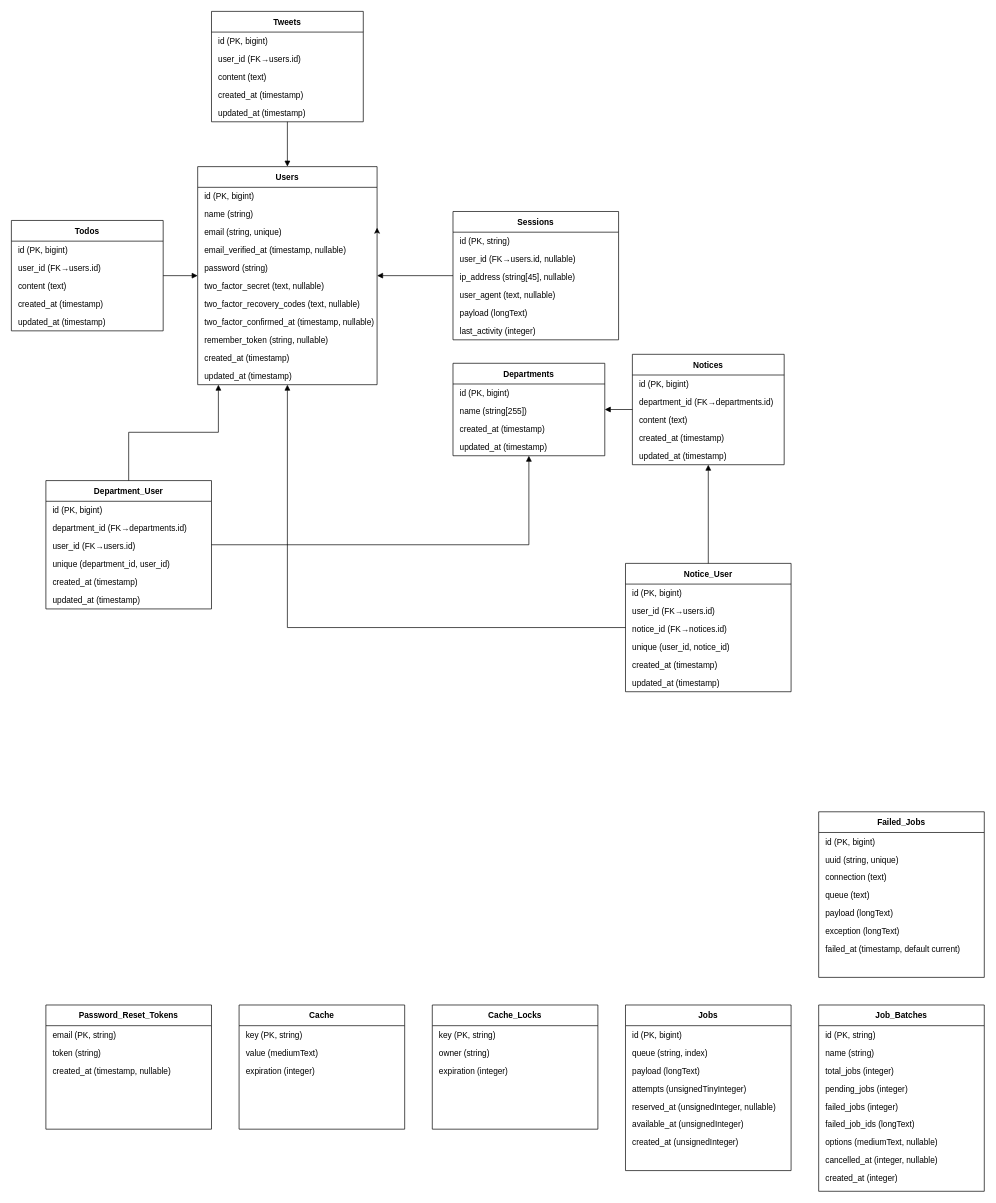
This is ER.drawio from kinotake/laravel12_templete-React-, a draw.io file, before an edit. Source tidied: cells renumbered, new cells numbered last; positions are measured from the earlier drawing's top-left corner, leaving out a move shared by most shapes. Both pictures are drawn from the tidied source at 69%, with x=0, y=0 at pixel (11, 11).
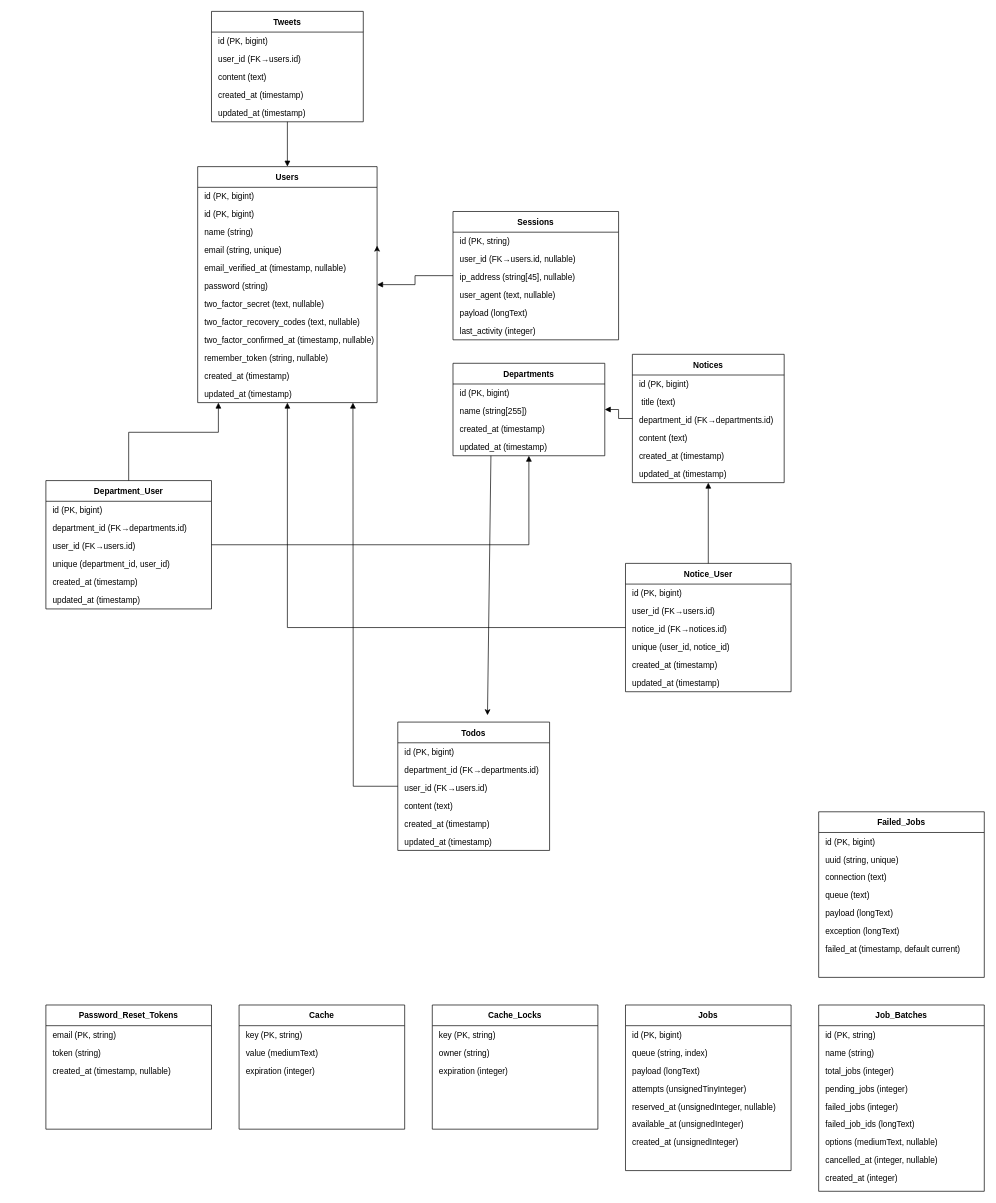
After the change.

Unchanged cells that the change refers to:
```xml
<mxCell id="19" value="updated_at (timestamp)" style="text;strokeColor=none;fillColor=none;align=left;verticalAlign=middle;spacingLeft=8;fontSize=12;" parent="15" vertex="1">
  <mxGeometry y="108" width="220" height="26" as="geometry" />
</mxCell>
```

What changed in the source:
```diff
@@
     <mxCell id="2" value="Users" style="shape=swimlane;fontStyle=1;horizontal=1;startSize=30;rounded=0;shadow=0;" parent="1" vertex="1">
-      <mxGeometry x="270" y="225" width="260" height="316" as="geometry" />
+      <mxGeometry x="270" y="225" width="260" height="342" as="geometry" />
     </mxCell>
@@
+    <mxCell id="105" value="id (PK, bigint)" style="text;strokeColor=none;fillColor=none;align=left;verticalAlign=middle;spacingLeft=8;fontSize=12;" parent="2" vertex="1">
+      <mxGeometry y="56" width="260" height="26" as="geometry" />
+    </mxCell>
     <mxCell id="4" value="name (string)" style="text;strokeColor=none;fillColor=none;align=left;verticalAlign=middle;spacingLeft=8;fontSize=12;" parent="2" vertex="1">
-      <mxGeometry y="56" width="260" height="26" as="geometry" />
+      <mxGeometry y="82" width="260" height="26" as="geometry" />
     </mxCell>
     <mxCell id="5" value="email (string, unique)" style="text;strokeColor=none;fillColor=none;align=left;verticalAlign=middle;spacingLeft=8;fontSize=12;" parent="2" vertex="1">
-      <mxGeometry y="82" width="260" height="26" as="geometry" />
+      <mxGeometry y="108" width="260" height="26" as="geometry" />
     </mxCell>
     <mxCell id="6" value="email_verified_at (timestamp, nullable)" style="text;strokeColor=none;fillColor=none;align=left;verticalAlign=middle;spacingLeft=8;fontSize=12;" parent="2" vertex="1">
-      <mxGeometry y="108" width="260" height="26" as="geometry" />
+      <mxGeometry y="134" width="260" height="26" as="geometry" />
     </mxCell>
     <mxCell id="7" value="password (string)" style="text;strokeColor=none;fillColor=none;align=left;verticalAlign=middle;spacingLeft=8;fontSize=12;" parent="2" vertex="1">
-      <mxGeometry y="134" width="260" height="26" as="geometry" />
+      <mxGeometry y="160" width="260" height="26" as="geometry" />
     </mxCell>
     <mxCell id="8" value="two_factor_secret (text, nullable)" style="text;strokeColor=none;fillColor=none;align=left;verticalAlign=middle;spacingLeft=8;fontSize=12;" parent="2" vertex="1">
-      <mxGeometry y="160" width="260" height="26" as="geometry" />
+      <mxGeometry y="186" width="260" height="26" as="geometry" />
     </mxCell>
     <mxCell id="9" value="two_factor_recovery_codes (text, nullable)" style="text;strokeColor=none;fillColor=none;align=left;verticalAlign=middle;spacingLeft=8;fontSize=12;" parent="2" vertex="1">
-      <mxGeometry y="186" width="260" height="26" as="geometry" />
+      <mxGeometry y="212" width="260" height="26" as="geometry" />
     </mxCell>
     <mxCell id="10" value="two_factor_confirmed_at (timestamp, nullable)" style="text;strokeColor=none;fillColor=none;align=left;verticalAlign=middle;spacingLeft=8;fontSize=12;" parent="2" vertex="1">
-      <mxGeometry y="212" width="260" height="26" as="geometry" />
+      <mxGeometry y="238" width="260" height="26" as="geometry" />
     </mxCell>
     <mxCell id="11" value="remember_token (string, nullable)" style="text;strokeColor=none;fillColor=none;align=left;verticalAlign=middle;spacingLeft=8;fontSize=12;" parent="2" vertex="1">
-      <mxGeometry y="238" width="260" height="26" as="geometry" />
+      <mxGeometry y="264" width="260" height="26" as="geometry" />
     </mxCell>
     <mxCell id="12" value="created_at (timestamp)" style="text;strokeColor=none;fillColor=none;align=left;verticalAlign=middle;spacingLeft=8;fontSize=12;" parent="2" vertex="1">
-      <mxGeometry y="264" width="260" height="26" as="geometry" />
+      <mxGeometry y="290" width="260" height="26" as="geometry" />
     </mxCell>
     <mxCell id="13" value="updated_at (timestamp)" style="text;strokeColor=none;fillColor=none;align=left;verticalAlign=middle;spacingLeft=8;fontSize=12;" parent="2" vertex="1">
-      <mxGeometry y="290" width="260" height="26" as="geometry" />
+      <mxGeometry y="316" width="260" height="26" as="geometry" />
     </mxCell>
@@
     <mxCell id="20" value="Notices" style="shape=swimlane;fontStyle=1;horizontal=1;startSize=30;rounded=0;shadow=0;" parent="1" vertex="1">
-      <mxGeometry x="900" y="497" width="220" height="160" as="geometry" />
+      <mxGeometry x="900" y="497" width="220" height="186" as="geometry" />
     </mxCell>
@@
-    <mxCell id="22" value="department_id (FK→departments.id)" style="text;strokeColor=none;fillColor=none;align=left;verticalAlign=middle;spacingLeft=8;fontSize=12;" parent="20" vertex="1">
+    <mxCell id="22" value=" title (text)" style="text;strokeColor=none;fillColor=none;align=left;verticalAlign=middle;spacingLeft=8;fontSize=12;" parent="20" vertex="1">
       <mxGeometry y="56" width="220" height="26" as="geometry" />
     </mxCell>
+    <mxCell id="106" value="department_id (FK→departments.id)" style="text;strokeColor=none;fillColor=none;align=left;verticalAlign=middle;spacingLeft=8;fontSize=12;" parent="20" vertex="1">
+      <mxGeometry y="82" width="220" height="26" as="geometry" />
+    </mxCell>
     <mxCell id="23" value="content (text)" style="text;strokeColor=none;fillColor=none;align=left;verticalAlign=middle;spacingLeft=8;fontSize=12;" parent="20" vertex="1">
-      <mxGeometry y="82" width="220" height="26" as="geometry" />
+      <mxGeometry y="108" width="220" height="26" as="geometry" />
     </mxCell>
     <mxCell id="24" value="created_at (timestamp)" style="text;strokeColor=none;fillColor=none;align=left;verticalAlign=middle;spacingLeft=8;fontSize=12;" parent="20" vertex="1">
-      <mxGeometry y="108" width="220" height="26" as="geometry" />
+      <mxGeometry y="134" width="220" height="26" as="geometry" />
     </mxCell>
     <mxCell id="25" value="updated_at (timestamp)" style="text;strokeColor=none;fillColor=none;align=left;verticalAlign=middle;spacingLeft=8;fontSize=12;" parent="20" vertex="1">
-      <mxGeometry y="134" width="220" height="26" as="geometry" />
+      <mxGeometry y="160" width="220" height="26" as="geometry" />
     </mxCell>
     <mxCell id="26" value="Todos" style="shape=swimlane;fontStyle=1;horizontal=1;startSize=30;rounded=0;shadow=0;" parent="1" vertex="1">
-      <mxGeometry y="303" width="220" height="160" as="geometry" />
+      <mxGeometry x="560" y="1030" width="220" height="186" as="geometry" />
     </mxCell>
@@
+    <mxCell id="107" value="department_id (FK→departments.id)" style="text;strokeColor=none;fillColor=none;align=left;verticalAlign=middle;spacingLeft=8;fontSize=12;" parent="26" vertex="1">
+      <mxGeometry y="56" width="220" height="26" as="geometry" />
+    </mxCell>
     <mxCell id="28" value="user_id (FK→users.id)" style="text;strokeColor=none;fillColor=none;align=left;verticalAlign=middle;spacingLeft=8;fontSize=12;" parent="26" vertex="1">
-      <mxGeometry y="56" width="220" height="26" as="geometry" />
+      <mxGeometry y="82" width="220" height="26" as="geometry" />
     </mxCell>
     <mxCell id="29" value="content (text)" style="text;strokeColor=none;fillColor=none;align=left;verticalAlign=middle;spacingLeft=8;fontSize=12;" parent="26" vertex="1">
-      <mxGeometry y="82" width="220" height="26" as="geometry" />
+      <mxGeometry y="108" width="220" height="26" as="geometry" />
     </mxCell>
     <mxCell id="30" value="created_at (timestamp)" style="text;strokeColor=none;fillColor=none;align=left;verticalAlign=middle;spacingLeft=8;fontSize=12;" parent="26" vertex="1">
-      <mxGeometry y="108" width="220" height="26" as="geometry" />
+      <mxGeometry y="134" width="220" height="26" as="geometry" />
     </mxCell>
     <mxCell id="31" value="updated_at (timestamp)" style="text;strokeColor=none;fillColor=none;align=left;verticalAlign=middle;spacingLeft=8;fontSize=12;" parent="26" vertex="1">
-      <mxGeometry y="134" width="220" height="26" as="geometry" />
+      <mxGeometry y="160" width="220" height="26" as="geometry" />
     </mxCell>
@@
-    <mxCell id="101" style="edgeStyle=orthogonalEdgeStyle;rounded=0;jettySize=auto;html=1;endArrow=block;endFill=1;" parent="1" edge="1" source="26" target="2">
-      <mxGeometry relative="1" as="geometry" />
+    <mxCell id="101" style="edgeStyle=orthogonalEdgeStyle;rounded=0;jettySize=auto;html=1;endArrow=block;endFill=1;" parent="1" edge="1" source="26">
+      <mxGeometry relative="1" as="geometry">
+        <mxPoint x="495" y="567" as="targetPoint" />
+      </mxGeometry>
     </mxCell>
@@
+    <mxCell id="108" style="edgeStyle=none;html=1;exitX=0.25;exitY=1;exitDx=0;exitDy=0;" parent="1" edge="1" source="19">
+      <mxGeometry relative="1" as="geometry">
+        <mxPoint x="690" y="1020" as="targetPoint" />
+      </mxGeometry>
+    </mxCell>
```
